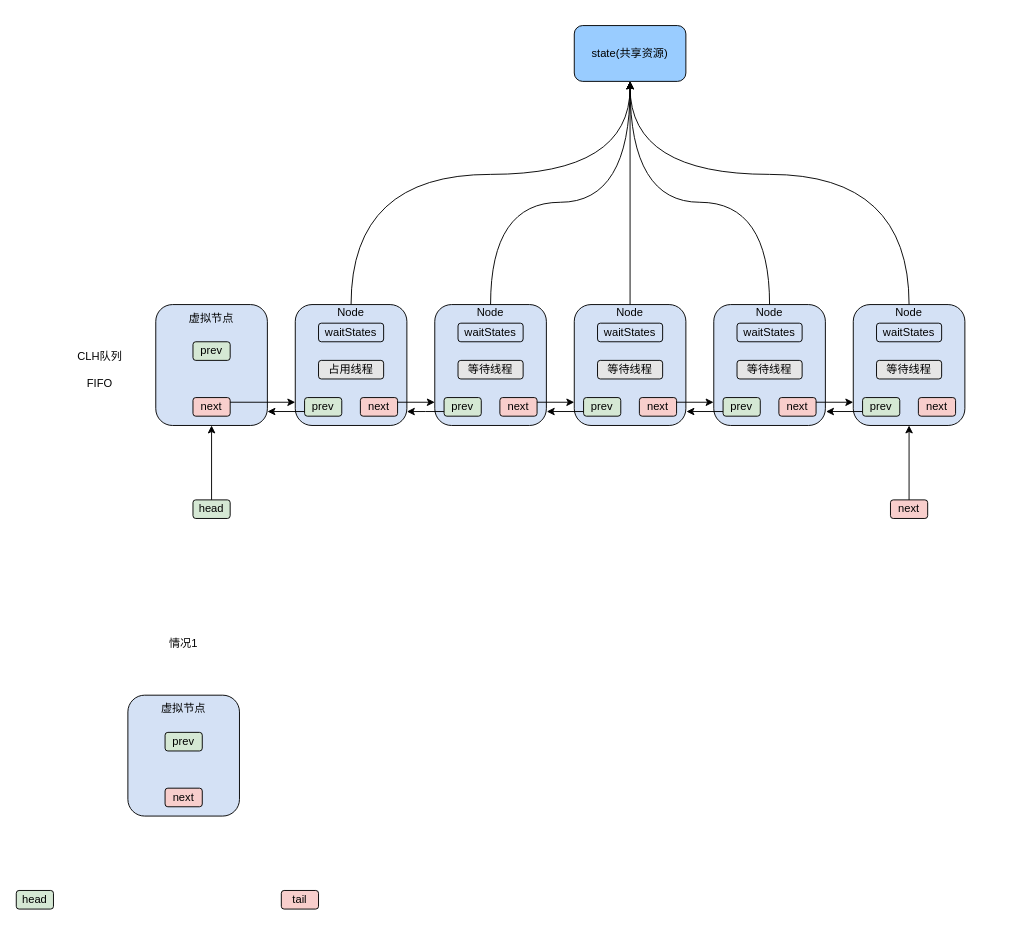
Earlier version of the draw.io diagram page "第 1 页" (1 of 4) of 卖场/reentrantlock.drawio (lxcy-kdz/draw). Source tidied: cells renumbered, new cells numbered last; positions are measured from the earlier drawing's top-left corner, leaving out a move shared by most shapes. Both pictures are drawn from the tidied source at 93%, with x=0, y=0 at pixel (16, 25).
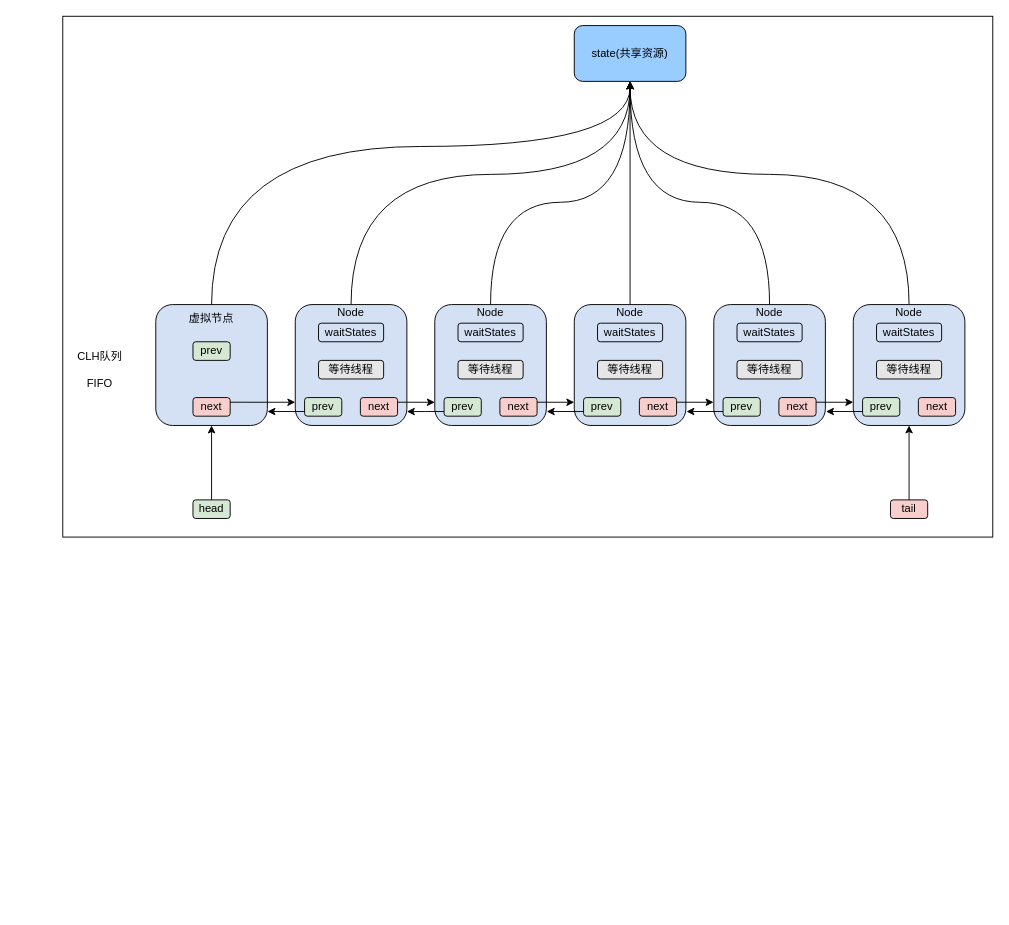
Above is the later version.

The change refers to these unchanged cells:
```xml
<mxCell id="2" value="state(共享资源)" style="rounded=1;whiteSpace=wrap;html=1;fillColor=#99CCFF;" parent="1" vertex="1">
  <mxGeometry x="600" width="120" height="60" as="geometry" />
</mxCell>
<mxCell id="12" value="虚拟节点" style="text;html=1;align=center;verticalAlign=middle;whiteSpace=wrap;rounded=0;" parent="1" vertex="1">
  <mxGeometry x="180" y="300" width="60" height="30" as="geometry" />
</mxCell>
```

What changed in the source:
```diff
@@
+    <mxCell id="64" style="rounded=0;whiteSpace=wrap;html=1;" parent="1" vertex="1">
+      <mxGeometry x="50" y="-10" width="1000" height="560" as="geometry" />
+    </mxCell>
@@
-    <mxCell id="6" value="占用线程" style="rounded=1;whiteSpace=wrap;html=1;fillColor=#E6E6E6;" parent="1" vertex="1">
+    <mxCell id="6" value="等待线程" style="rounded=1;whiteSpace=wrap;html=1;fillColor=#E6E6E6;" parent="1" vertex="1">
       <mxGeometry x="325" y="360" width="70" height="20" as="geometry" />
     </mxCell>
@@
+    <mxCell id="65" style="edgeStyle=orthogonalEdgeStyle;rounded=0;jettySize=auto;html=1;exitX=0.5;exitY=0;exitDx=0;exitDy=0;entryX=0.5;entryY=1;entryDx=0;entryDy=0;curved=1;" parent="1" edge="1" source="12" target="2">
+      <mxGeometry relative="1" as="geometry">
+        <Array as="points">
+          <mxPoint x="210" y="130" />
+          <mxPoint x="660" y="130" />
+        </Array>
+      </mxGeometry>
+    </mxCell>
@@
-    <mxCell id="55" value="next" style="rounded=1;whiteSpace=wrap;html=1;fillColor=#F8CECC;" parent="1" vertex="1">
+    <mxCell id="55" value="tail" style="rounded=1;whiteSpace=wrap;html=1;fillColor=#F8CECC;" parent="1" vertex="1">
       <mxGeometry x="940" y="510" width="40" height="20" as="geometry" />
     </mxCell>
@@
-    <mxCell id="57" style="rounded=1;whiteSpace=wrap;html=1;fillColor=#D4E1F5;" parent="1" vertex="1">
-      <mxGeometry x="120" y="720" width="120" height="130" as="geometry" />
-    </mxCell>
-    <mxCell id="58" value="prev" style="rounded=1;whiteSpace=wrap;html=1;fillColor=#D5E8D4;" parent="1" vertex="1">
-      <mxGeometry x="160" y="760" width="40" height="20" as="geometry" />
-    </mxCell>
-    <mxCell id="59" value="next" style="rounded=1;whiteSpace=wrap;html=1;fillColor=#F8CECC;" parent="1" vertex="1">
-      <mxGeometry x="160" y="820" width="40" height="20" as="geometry" />
-    </mxCell>
-    <mxCell id="60" value="虚拟节点" style="text;html=1;align=center;verticalAlign=middle;whiteSpace=wrap;rounded=0;" parent="1" vertex="1">
-      <mxGeometry x="150" y="720" width="60" height="30" as="geometry" />
-    </mxCell>
-    <mxCell id="61" value="情况1" style="text;html=1;align=center;verticalAlign=middle;whiteSpace=wrap;rounded=0;" parent="1" vertex="1">
-      <mxGeometry x="150" y="650" width="60" height="30" as="geometry" />
-    </mxCell>
-    <mxCell id="62" value="head" style="rounded=1;whiteSpace=wrap;html=1;fillColor=#D5E8D4;" parent="1" vertex="1">
-      <mxGeometry y="930" width="40" height="20" as="geometry" />
-    </mxCell>
-    <mxCell id="63" value="tail" style="rounded=1;whiteSpace=wrap;html=1;fillColor=#F8CECC;" parent="1" vertex="1">
-      <mxGeometry x="285" y="930" width="40" height="20" as="geometry" />
-    </mxCell>
```
